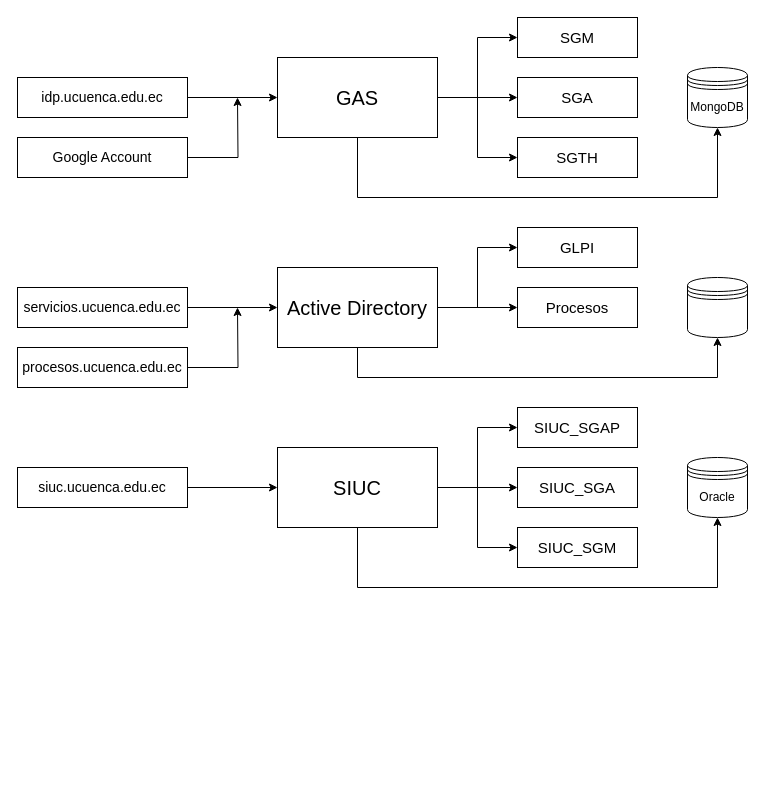
Earlier version of the draw.io diagram Diagrama sin título.drawio (Xissco/codeWars). Source tidied: cells renumbered, new cells numbered last; positions are measured from the earlier drawing's top-left corner, leaving out a move shared by most shapes. Both pictures are drawn from the tidied source at 100%, with x=0, y=0 at pixel (17, 17).
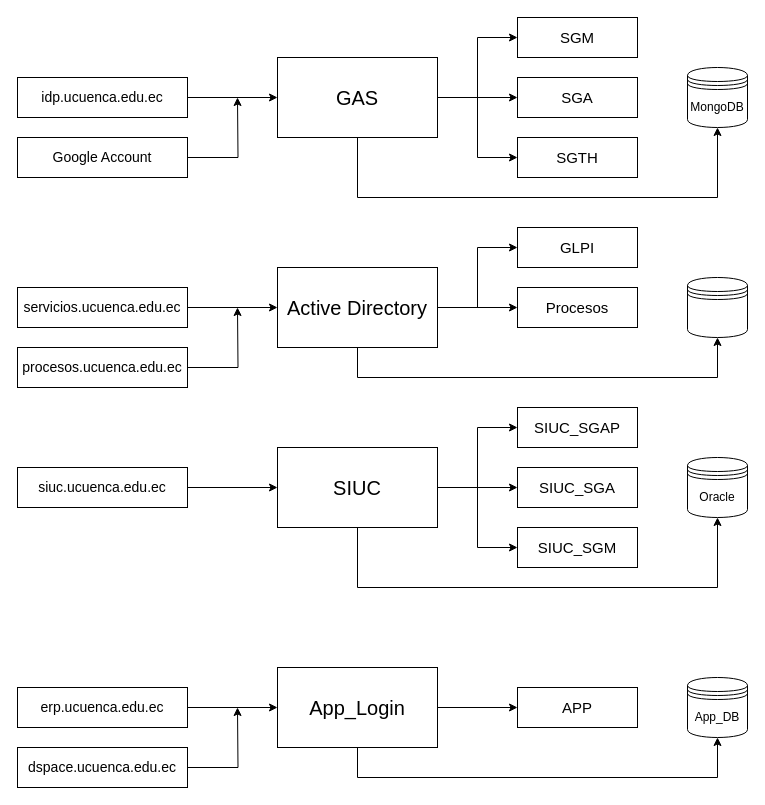
The same diagram, later.

What changed in the source:
```diff
@@
+    <mxCell id="37" style="edgeStyle=orthogonalEdgeStyle;rounded=0;jettySize=auto;html=1;entryX=0;entryY=0.5;entryDx=0;entryDy=0;" parent="1" edge="1" source="38" target="41">
+      <mxGeometry relative="1" as="geometry" />
+    </mxCell>
+    <mxCell id="38" value="erp.ucuenca.edu.ec" style="rounded=0;whiteSpace=wrap;html=1;fontSize=14;" parent="1" vertex="1">
+      <mxGeometry y="670" width="170" height="40" as="geometry" />
+    </mxCell>
+    <mxCell id="39" style="edgeStyle=orthogonalEdgeStyle;rounded=0;jettySize=auto;html=1;exitX=1;exitY=0.5;exitDx=0;exitDy=0;entryX=0;entryY=0.5;entryDx=0;entryDy=0;" parent="1" edge="1" source="41" target="43">
+      <mxGeometry relative="1" as="geometry" />
+    </mxCell>
+    <mxCell id="40" style="edgeStyle=orthogonalEdgeStyle;rounded=0;jettySize=auto;html=1;exitX=0.5;exitY=1;exitDx=0;exitDy=0;entryX=0.5;entryY=1;entryDx=0;entryDy=0;" parent="1" edge="1" source="41" target="42">
+      <mxGeometry relative="1" as="geometry">
+        <Array as="points">
+          <mxPoint x="340" y="760" />
+          <mxPoint x="700" y="760" />
+        </Array>
+      </mxGeometry>
+    </mxCell>
+    <mxCell id="41" value="App_Login" style="rounded=0;whiteSpace=wrap;html=1;fontSize=20;" parent="1" vertex="1">
+      <mxGeometry x="260" y="650" width="160" height="80" as="geometry" />
+    </mxCell>
+    <mxCell id="42" value="App_DB" style="shape=datastore;whiteSpace=wrap;html=1;" parent="1" vertex="1">
+      <mxGeometry x="670" y="660" width="60" height="60" as="geometry" />
+    </mxCell>
+    <mxCell id="43" value="APP" style="rounded=0;whiteSpace=wrap;html=1;fontSize=15;" parent="1" vertex="1">
+      <mxGeometry x="500" y="670" width="120" height="40" as="geometry" />
+    </mxCell>
+    <mxCell id="44" style="edgeStyle=orthogonalEdgeStyle;rounded=0;jettySize=auto;html=1;exitX=1;exitY=0.5;exitDx=0;exitDy=0;" parent="1" edge="1" source="45">
+      <mxGeometry relative="1" as="geometry">
+        <mxPoint x="220" y="690" as="targetPoint" />
+      </mxGeometry>
+    </mxCell>
+    <mxCell id="45" value="dspace.ucuenca.edu.ec" style="rounded=0;whiteSpace=wrap;html=1;fontSize=14;" parent="1" vertex="1">
+      <mxGeometry y="730" width="170" height="40" as="geometry" />
+    </mxCell>
```
